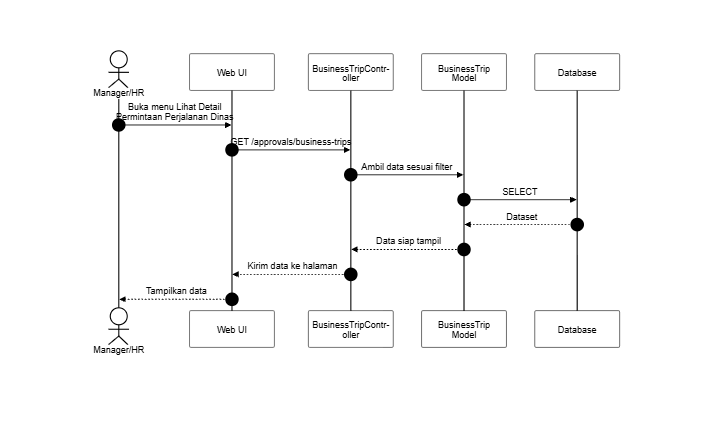
Above: docs/SequenceDiagram/PNG_Transparent/PersetujuanPerjalananDinas-LihatDetailPermintaan.png in SulaimanHafi23/SimpegRSHDI (Mermaid), before the change. Its source is kept beside it as docs/SequenceDiagram/PersetujuanPerjalananDinas-LihatDetailPermintaan.mermaid. Source of this version:
```mermaid
%%{init: {"theme": "base", "themeVariables": {"background": "#dddddd", "primaryColor": "#ffffff", "primaryBorderColor": "#000000", "primaryTextColor": "#000000", "lineColor": "#000000", "textColor": "#000000", "actorBkg": "#ffffff", "actorBorder": "#000000", "actorTextColor": "#000000", "activationBkgColor": "#ffffff", "activationBorderColor": "#000000", "signalColor": "#000000", "signalTextColor": "#000000", "labelBoxBkgColor": "#ffffff", "labelBoxBorderColor": "#000000", "labelTextColor": "#000000", "sequenceNumberColor": "#000000", "noteBkgColor": "#ffffff", "noteBorderColor": "#000000", "noteTextColor": "#000000"}, "sequence": {"useMaxWidth": true, "wrap": true, "messageFontSize": 12, "noteFontSize": 12}}}%%
sequenceDiagram
    autonumber
    actor A as Manager/HR
    participant UI as Web UI
    participant C as BusinessTripController
    participant M as BusinessTrip Model
    participant DB as Database

    A->>UI: Buka menu Lihat Detail Permintaan Perjalanan Dinas
    UI->>C: GET /approvals/business-trips
    C->>M: Ambil data sesuai filter
    M->>DB: SELECT
    DB-->>M: Dataset
    M-->>C: Data siap tampil
    C-->>UI: Kirim data ke halaman
    UI-->>A: Tampilkan data
```
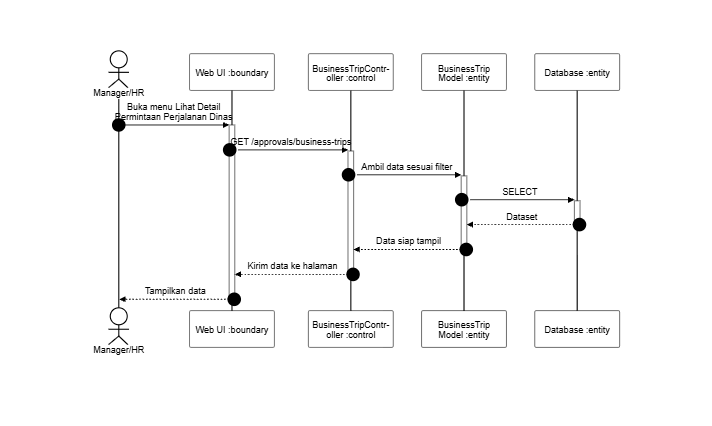
After the change.

Change to the diagram source:
```diff
@@ -2,16 +2,16 @@
 sequenceDiagram
     autonumber
     actor A as Manager/HR
-    participant UI as Web UI
-    participant C as BusinessTripController
-    participant M as BusinessTrip Model
-    participant DB as Database
+    participant UI as Web UI :boundary
+    participant C as BusinessTripController :control
+    participant M as BusinessTrip Model :entity
+    participant DB as Database :entity
 
-    A->>UI: Buka menu Lihat Detail Permintaan Perjalanan Dinas
-    UI->>C: GET /approvals/business-trips
-    C->>M: Ambil data sesuai filter
-    M->>DB: SELECT
-    DB-->>M: Dataset
-    M-->>C: Data siap tampil
-    C-->>UI: Kirim data ke halaman
-    UI-->>A: Tampilkan data
+    A->>+UI: Buka menu Lihat Detail Permintaan Perjalanan Dinas
+    UI->>+C: GET /approvals/business-trips
+    C->>+M: Ambil data sesuai filter
+    M->>+DB: SELECT
+    DB-->>-M: Dataset
+    M-->>-C: Data siap tampil
+    C-->>-UI: Kirim data ke halaman
+    UI-->>-A: Tampilkan data
```
